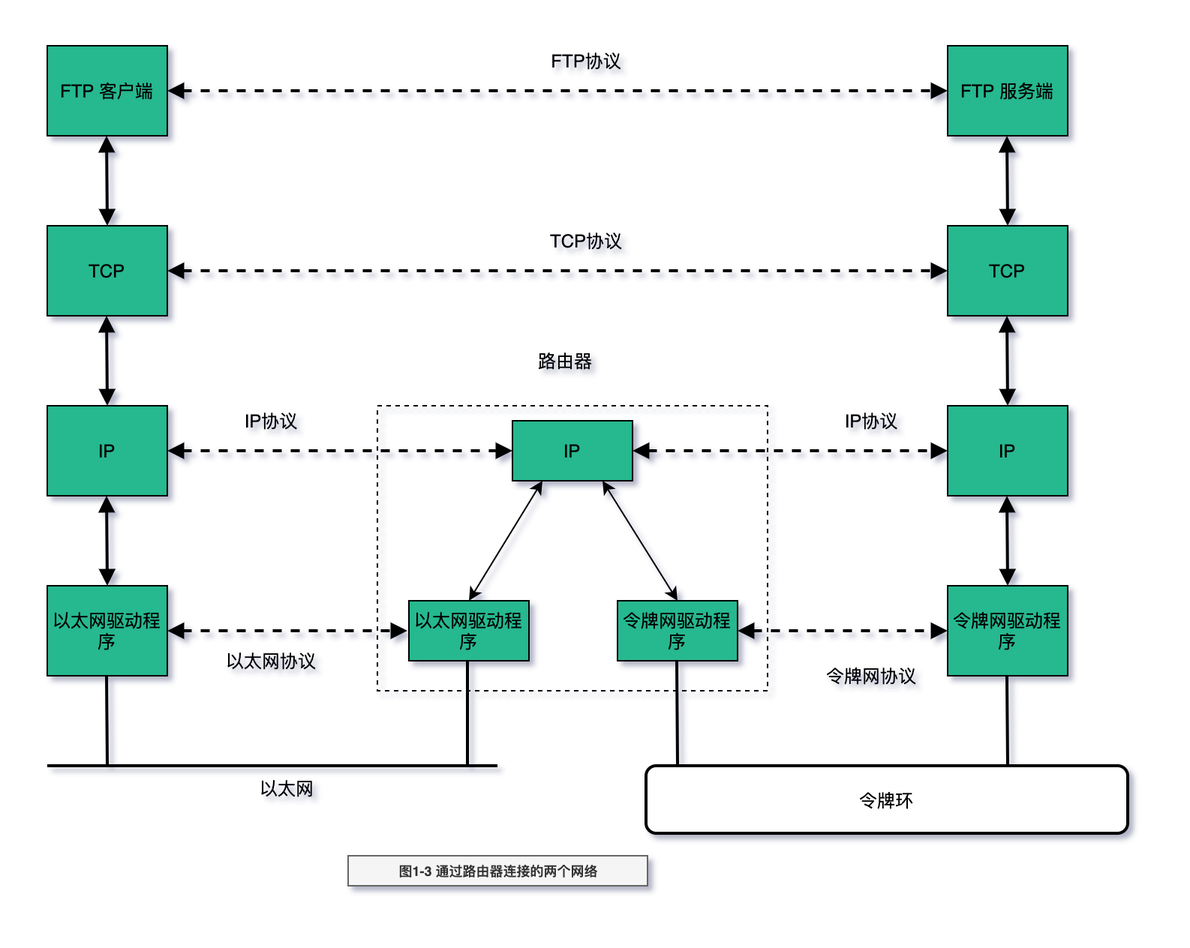
Before: tcp-ip/TCP-IP-详解-卷1/images/TCP-IP-1-3.png, a diagram exported from draw.io (web1992/read). Source tidied: cells renumbered, new cells last; positions are measured from the earlier drawing's top-left corner, leaving out a move shared by most shapes.
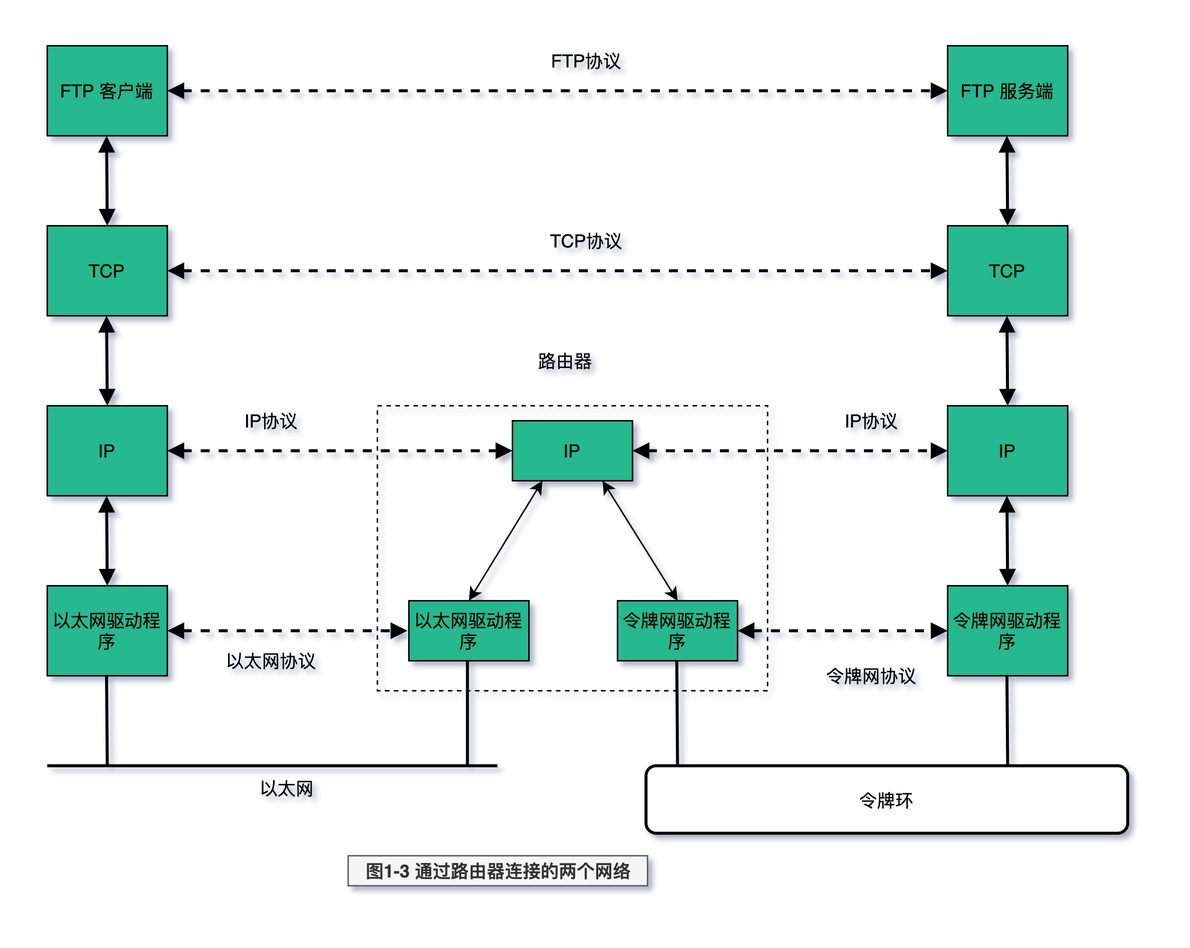
Above is the later version.

The edit, as a diff of the source:
```diff
@@ -118,7 +118,7 @@
         <mxPoint x="639.5" y="420" as="targetPoint" />
       </mxGeometry>
     </mxCell>
-    <mxCell id="31" value="&lt;p class=&quot;p1&quot; style=&quot;margin: 0px ; font-stretch: normal ; font-size: 9px ; line-height: normal&quot;&gt;&lt;b&gt;图&lt;span class=&quot;s1&quot; style=&quot;font-stretch: normal ; line-height: normal&quot;&gt;1-3 &lt;/span&gt;通过路由器连接的两个网络&lt;/b&gt;&lt;/p&gt;" style="text;html=1;strokeColor=#666666;fillColor=#f5f5f5;align=center;verticalAlign=middle;whiteSpace=wrap;rounded=0;labelBackgroundColor=none;fontColor=#333333;" parent="1" vertex="1">
+    <mxCell id="31" value="&lt;p class=&quot;p1&quot; style=&quot;margin: 0px ; font-stretch: normal ; line-height: normal&quot;&gt;&lt;b&gt;图&lt;span class=&quot;s1&quot; style=&quot;font-stretch: normal ; line-height: normal&quot;&gt;1-3 &lt;/span&gt;通过路由器连接的两个网络&lt;/b&gt;&lt;/p&gt;" style="text;html=1;strokeColor=#666666;fillColor=#f5f5f5;align=center;verticalAlign=middle;whiteSpace=wrap;rounded=0;labelBackgroundColor=none;fontColor=#333333;" parent="1" vertex="1">
       <mxGeometry x="200.5" y="540" width="199.5" height="20" as="geometry" />
     </mxCell>
     <mxCell id="32" value="IP" style="rounded=0;whiteSpace=wrap;html=1;labelBackgroundColor=none;fontColor=#000000;fillColor=#25B88F;" parent="1" vertex="1">
```
